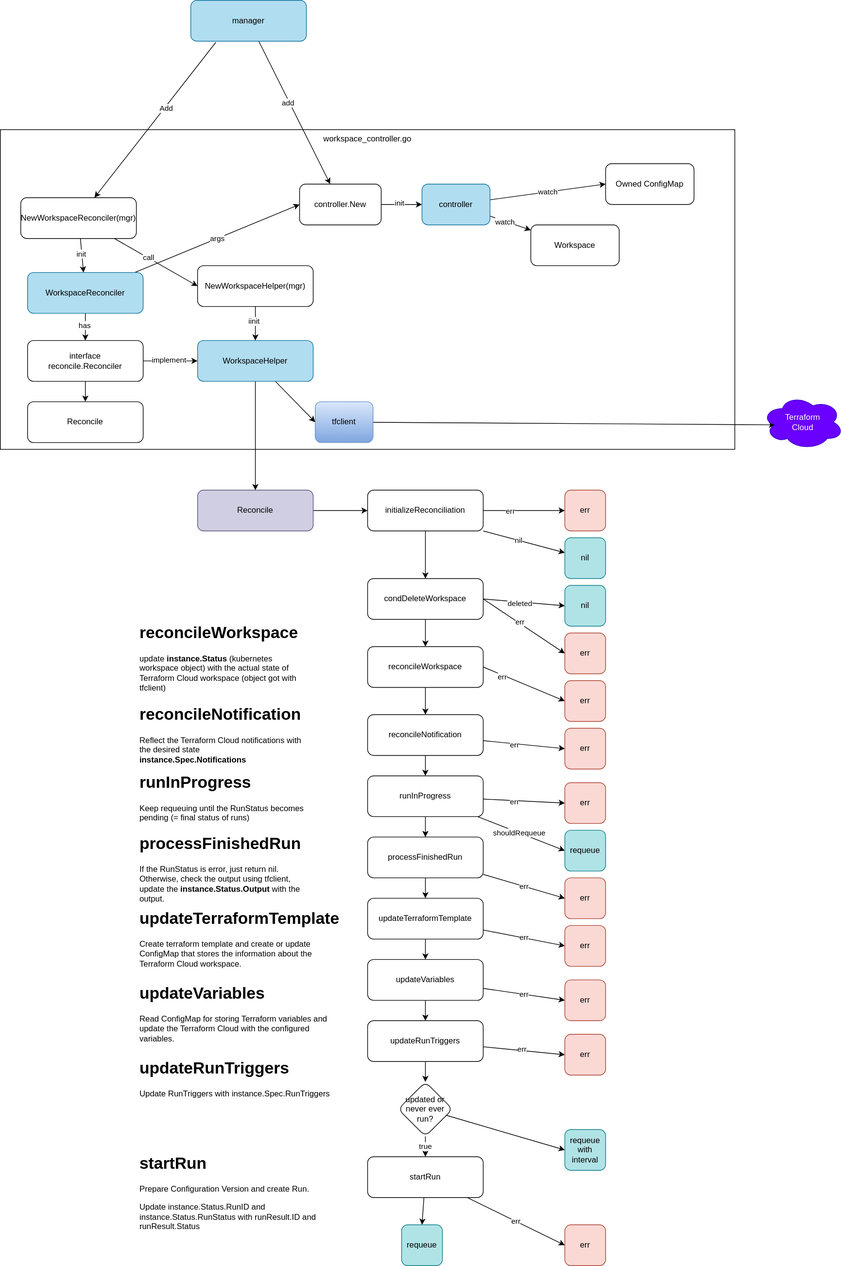
Above: contents/terraform-k8s/diagram.drawio.svg in nakamasato/kubernetes-training (draw.io), before the change. Source tidied: cells renumbered, new cells last; positions are measured from the earlier drawing's top-left corner, leaving out a move shared by most shapes.
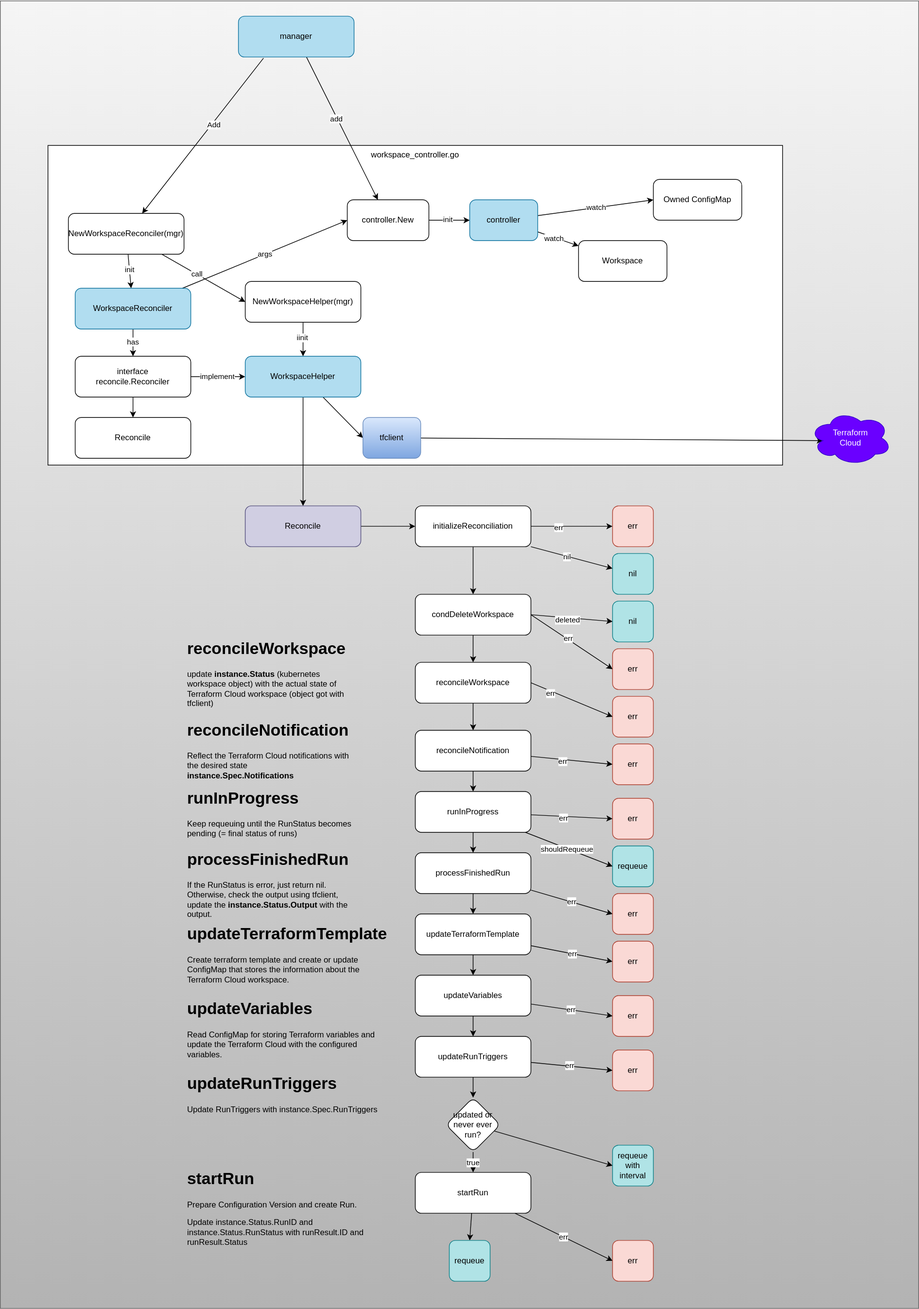
Later version of the same file.

Change to the diagram source:
```diff
@@ -2,6 +2,9 @@
   <root>
     <mxCell id="0" />
     <mxCell id="1" parent="0" />
+    <mxCell id="110" style="rounded=0;whiteSpace=wrap;html=1;fillColor=#f5f5f5;strokeColor=#666666;gradientColor=#b3b3b3;" parent="1" vertex="1">
+      <mxGeometry x="-70" y="-22.5" width="1350" height="1922.5" as="geometry" />
+    </mxCell>
     <mxCell id="2" value="workspace_controller.go" style="rounded=0;whiteSpace=wrap;html=1;verticalAlign=top;" parent="1" vertex="1">
       <mxGeometry y="190" width="1080" height="470" as="geometry" />
     </mxCell>
```
